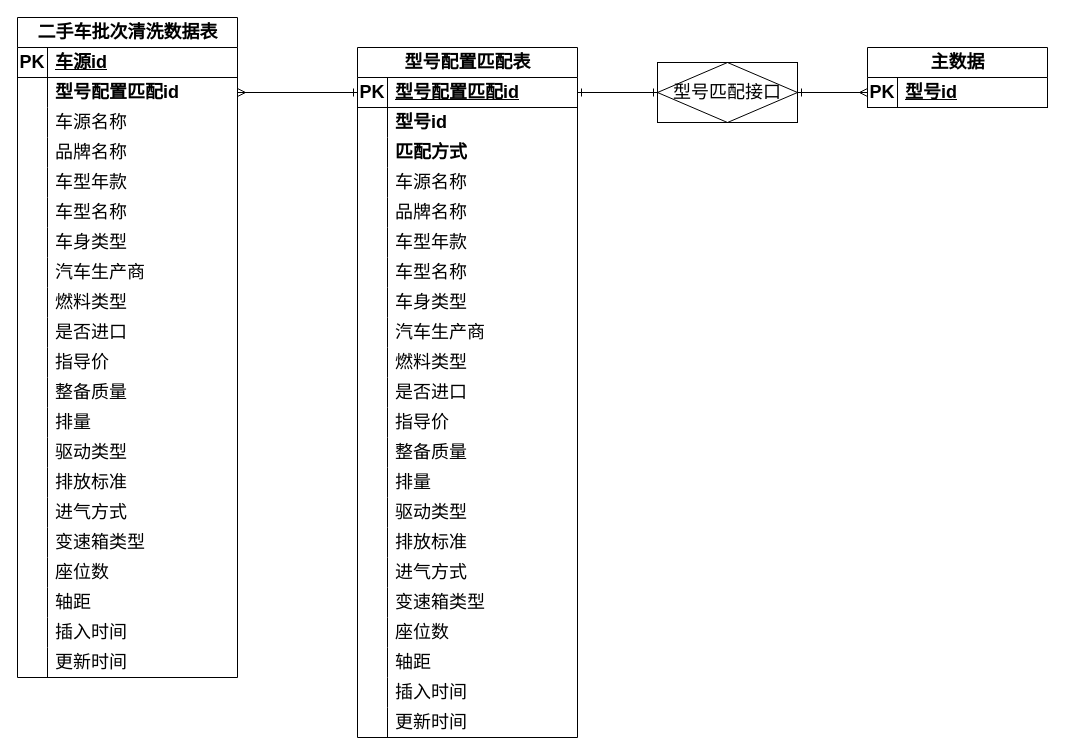
This is page "数据模型" (2 of 2) of 型号匹配流程优化.drawio from wangzijia122/drawio_repository, a draw.io file, before an edit. Source tidied: cells renumbered, new cells numbered last; positions are measured from the earlier drawing's top-left corner, leaving out a move shared by most shapes. Both pictures are drawn from the tidied source at 100%, with x=0, y=0 at pixel (17, 17).
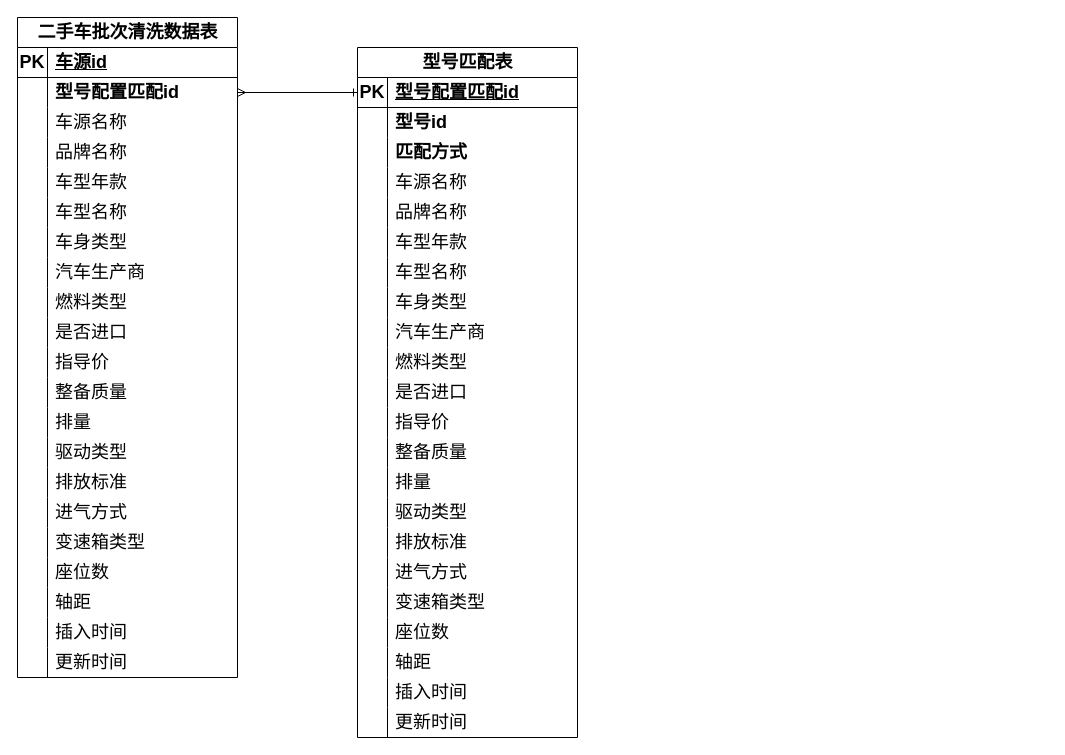
The same diagram, later.

Commit message:
更新型号匹配流程优化.drawio

The change refers to these unchanged cells:
```xml
<mxCell id="3" style="shape=tableRow;horizontal=0;startSize=0;swimlaneHead=0;swimlaneBody=0;fillColor=none;points=[[0,0.5],[1,0.5]];portConstraint=eastwest;top=0;left=0;right=0;bottom=1;fontSize=18;" parent="2" vertex="1">
  <mxGeometry y="30" width="220" height="30" as="geometry" />
</mxCell>
```

The edit, as a diff of the source:
```diff
@@
-    <mxCell id="2" value="型号配置匹配表" style="shape=table;startSize=30;childLayout=tableLayout;rowLines=0;fontStyle=1;align=center;html=1;fontSize=18;" parent="1" vertex="1">
+    <mxCell id="2" value="型号匹配表" style="shape=table;startSize=30;childLayout=tableLayout;rowLines=0;fontStyle=1;align=center;html=1;fontSize=18;" parent="1" vertex="1">
       <mxGeometry x="340" y="30" width="220" height="690" as="geometry" />
     </mxCell>
@@
-    <mxCell id="69" value="主数据" style="shape=table;startSize=30;childLayout=tableLayout;rowLines=0;fontStyle=1;align=center;html=1;fontSize=18;" parent="1" vertex="1">
-      <mxGeometry x="850" y="30" width="180" height="60" as="geometry" />
-    </mxCell>
-    <mxCell id="70" style="shape=tableRow;horizontal=0;startSize=0;swimlaneHead=0;swimlaneBody=0;fillColor=none;points=[[0,0.5],[1,0.5]];portConstraint=eastwest;top=0;left=0;right=0;bottom=1;fontSize=18;" parent="69" vertex="1">
-      <mxGeometry y="30" width="180" height="30" as="geometry" />
-    </mxCell>
-    <mxCell id="71" value="PK" style="shape=partialRectangle;fillColor=none;top=0;left=0;bottom=0;right=0;fontStyle=1;overflow=hidden;whiteSpace=wrap;html=1;fontSize=18;" parent="70" vertex="1">
-      <mxGeometry width="30" height="30" as="geometry" />
-    </mxCell>
-    <mxCell id="72" value="型号id" style="shape=partialRectangle;fillColor=none;top=0;left=0;bottom=0;right=0;align=left;spacingLeft=6;fontStyle=5;overflow=hidden;whiteSpace=wrap;html=1;fontSize=18;" parent="70" vertex="1">
-      <mxGeometry x="30" width="150" height="30" as="geometry" />
-    </mxCell>
@@
-    <mxCell id="138" style="edgeStyle=orthogonalEdgeStyle;rounded=0;jettySize=auto;html=1;exitX=1;exitY=0.5;exitDx=0;exitDy=0;entryX=0;entryY=0.5;entryDx=0;entryDy=0;startArrow=ERone;startFill=0;endArrow=ERmany;endFill=0;fontSize=18;" parent="1" edge="1" source="139" target="70">
-      <mxGeometry relative="1" as="geometry" />
-    </mxCell>
-    <mxCell id="139" value="型号匹配接口" style="shape=associativeEntity;whiteSpace=wrap;html=1;align=center;fontSize=18;" parent="1" vertex="1">
-      <mxGeometry x="640" y="45" width="140" height="60" as="geometry" />
-    </mxCell>
-    <mxCell id="140" style="edgeStyle=orthogonalEdgeStyle;rounded=0;jettySize=auto;html=1;exitX=1;exitY=0.5;exitDx=0;exitDy=0;entryX=0;entryY=0.5;entryDx=0;entryDy=0;startArrow=ERone;startFill=0;endArrow=ERone;endFill=0;fontSize=18;" parent="1" edge="1" source="3" target="139">
-      <mxGeometry relative="1" as="geometry" />
-    </mxCell>
```
